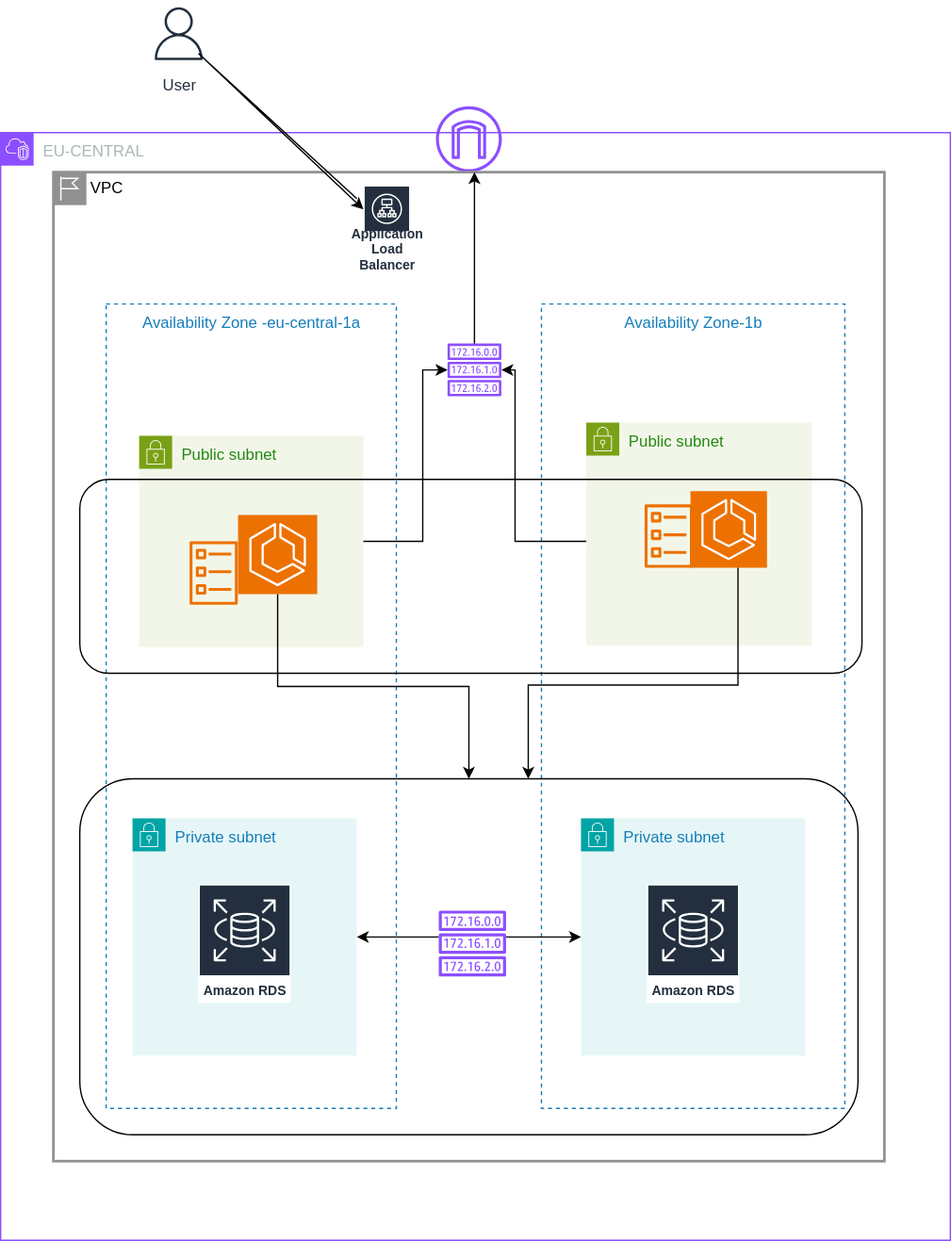
Earlier version of the draw.io export architectural diagram.svg (amt-kwame-agyabeng/ecs-lamp-stack). Source tidied: cells renumbered, new cells last; positions are measured from the earlier drawing's top-left corner, leaving out a move shared by most shapes.
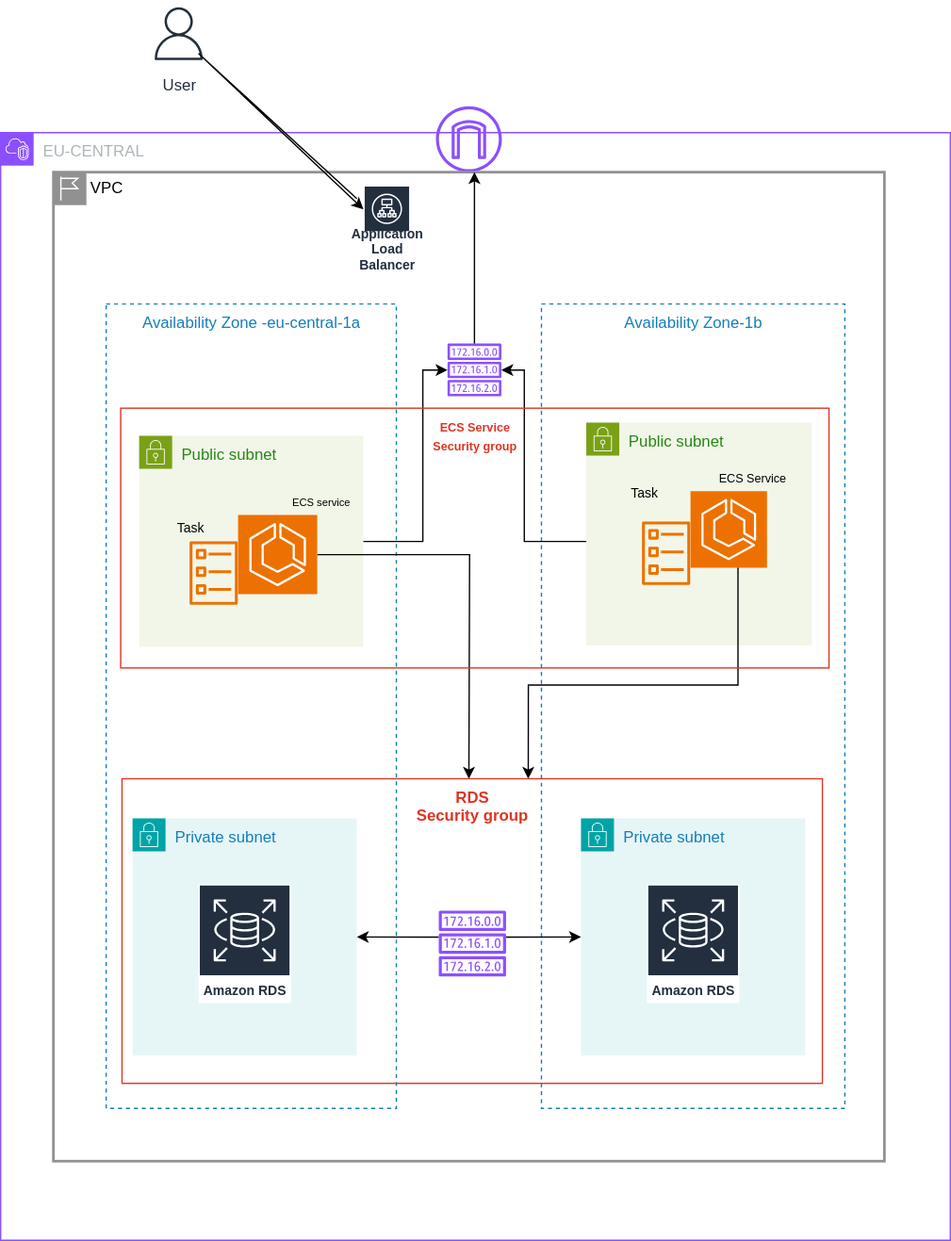
Later version of the same file.

Commit message:
architectural diagram

What changed in the source:
```diff
@@ -46,8 +46,8 @@
     <mxCell id="14" style="edgeStyle=orthogonalEdgeStyle;rounded=0;jettySize=auto;html=1;" parent="4" edge="1" source="13" target="7">
       <mxGeometry relative="1" as="geometry">
         <Array as="points">
-          <mxPoint x="350" y="280" />
-          <mxPoint x="350" y="150" />
+          <mxPoint x="357" y="280" />
+          <mxPoint x="357" y="150" />
         </Array>
       </mxGeometry>
     </mxCell>
@@ -76,14 +76,12 @@
     <mxCell id="19" style="sketch=0;outlineConnect=0;fontColor=#232F3E;gradientColor=none;fillColor=#8C4FFF;strokeColor=none;dashed=0;verticalLabelPosition=bottom;verticalAlign=top;align=center;html=1;fontSize=12;fontStyle=0;shape=mxgraph.aws4.route_table;" parent="4" vertex="1">
       <mxGeometry x="292" y="560" width="51.3" height="50" as="geometry" />
     </mxCell>
-    <mxCell id="20" style="rounded=1;whiteSpace=wrap;html=1;fillColor=none;" parent="4" vertex="1">
-      <mxGeometry x="20" y="460" width="590" height="270" as="geometry" />
-    </mxCell>
     <mxCell id="21" style="sketch=0;points=[[0,0,0],[0.25,0,0],[0.5,0,0],[0.75,0,0],[1,0,0],[0,1,0],[0.25,1,0],[0.5,1,0],[0.75,1,0],[1,1,0],[0,0.25,0],[0,0.5,0],[0,0.75,0],[1,0.25,0],[1,0.5,0],[1,0.75,0]];outlineConnect=0;fontColor=#232F3E;fillColor=#ED7100;strokeColor=#ffffff;dashed=0;verticalLabelPosition=bottom;verticalAlign=top;align=center;html=1;fontSize=12;fontStyle=0;shape=mxgraph.aws4.resourceIcon;resIcon=mxgraph.aws4.ecs;" parent="4" vertex="1">
       <mxGeometry x="483" y="242" width="58" height="58" as="geometry" />
     </mxCell>
-    <mxCell id="22" style="edgeStyle=orthogonalEdgeStyle;rounded=0;jettySize=auto;html=1;" parent="4" edge="1" source="21" target="20">
+    <mxCell id="22" style="edgeStyle=orthogonalEdgeStyle;rounded=0;jettySize=auto;html=1;" parent="4" edge="1" source="21">
       <mxGeometry relative="1" as="geometry">
+        <mxPoint x="360" y="460" as="targetPoint" />
         <Array as="points">
           <mxPoint x="519" y="389" />
           <mxPoint x="360" y="389" />
@@ -91,7 +89,7 @@
       </mxGeometry>
     </mxCell>
     <mxCell id="23" style="sketch=0;fontColor=#232F3E;gradientColor=none;fillColor=#ED7100;strokeColor=none;dashed=0;verticalLabelPosition=bottom;verticalAlign=top;align=center;html=1;fontSize=12;fontStyle=0;shape=mxgraph.aws4.ecs_task;" parent="4" vertex="1">
-      <mxGeometry x="448" y="252" width="37" height="48" as="geometry" />
+      <mxGeometry x="446" y="265" width="37" height="48" as="geometry" />
     </mxCell>
     <mxCell id="24" style="edgeStyle=orthogonalEdgeStyle;rounded=0;jettySize=auto;html=1;" parent="1" edge="1" source="7" target="3">
       <mxGeometry relative="1" as="geometry">
@@ -112,11 +110,10 @@
         </Array>
       </mxGeometry>
     </mxCell>
-    <mxCell id="27" style="rounded=1;whiteSpace=wrap;html=1;fillColor=none;" parent="1" vertex="1">
-      <mxGeometry x="60" y="363" width="593" height="147" as="geometry" />
-    </mxCell>
-    <mxCell id="28" style="edgeStyle=orthogonalEdgeStyle;rounded=0;jettySize=auto;html=1;" parent="1" edge="1" source="29" target="20">
-      <mxGeometry relative="1" as="geometry" />
+    <mxCell id="28" style="edgeStyle=orthogonalEdgeStyle;rounded=0;jettySize=auto;html=1;" parent="1" edge="1" source="29">
+      <mxGeometry relative="1" as="geometry">
+        <mxPoint x="355" y="590" as="targetPoint" />
+      </mxGeometry>
     </mxCell>
     <mxCell id="29" style="sketch=0;points=[[0,0,0],[0.25,0,0],[0.5,0,0],[0.75,0,0],[1,0,0],[0,1,0],[0.25,1,0],[0.5,1,0],[0.75,1,0],[1,1,0],[0,0.25,0],[0,0.5,0],[0,0.75,0],[1,0.25,0],[1,0.5,0],[1,0.75,0]];outlineConnect=0;fontColor=#232F3E;fillColor=#ED7100;strokeColor=#ffffff;dashed=0;verticalLabelPosition=bottom;verticalAlign=top;align=center;html=1;fontSize=12;fontStyle=0;shape=mxgraph.aws4.resourceIcon;resIcon=mxgraph.aws4.ecs;" parent="1" vertex="1">
       <mxGeometry x="180" y="390" width="60" height="60" as="geometry" />
@@ -124,5 +121,23 @@
     <mxCell id="30" style="sketch=0;fontColor=#232F3E;gradientColor=none;fillColor=#ED7100;strokeColor=none;dashed=0;verticalLabelPosition=bottom;verticalAlign=top;align=center;html=1;fontSize=12;fontStyle=0;shape=mxgraph.aws4.ecs_task;" parent="1" vertex="1">
       <mxGeometry x="143" y="410" width="37" height="48" as="geometry" />
     </mxCell>
+    <mxCell id="31" value="&lt;div&gt;&lt;font style=&quot;font-size: 9px;&quot;&gt;ECS Service&lt;/font&gt;&lt;/div&gt;&lt;font style=&quot;font-size: 9px;&quot;&gt;Security group&lt;/font&gt;" style="fillColor=none;strokeColor=#DD3522;verticalAlign=top;fontStyle=1;fontColor=#DD3522;whiteSpace=wrap;html=1;" parent="1" vertex="1">
+      <mxGeometry x="91" y="309" width="537" height="197" as="geometry" />
+    </mxCell>
+    <mxCell id="32" value="&lt;div&gt;&lt;b&gt;RDS&lt;/b&gt;&lt;/div&gt;&lt;b&gt;Security group&lt;/b&gt;" style="fillColor=none;strokeColor=#DD3522;verticalAlign=top;fontStyle=0;fontColor=#DD3522;whiteSpace=wrap;html=1;" parent="1" vertex="1">
+      <mxGeometry x="92" y="590" width="531" height="231" as="geometry" />
+    </mxCell>
+    <mxCell id="33" value="&lt;font style=&quot;font-size: 10px;&quot;&gt;Task&lt;/font&gt;" style="text;strokeColor=none;align=center;fillColor=none;html=1;verticalAlign=middle;whiteSpace=wrap;rounded=0;" parent="1" vertex="1">
+      <mxGeometry x="458" y="358" width="60" height="30" as="geometry" />
+    </mxCell>
+    <mxCell id="34" value="&lt;font style=&quot;font-size: 8px;&quot;&gt;ECS service&lt;/font&gt;" style="text;html=1;align=center;verticalAlign=middle;whiteSpace=wrap;rounded=0;" parent="1" vertex="1">
+      <mxGeometry x="218" y="365" width="50" height="27" as="geometry" />
+    </mxCell>
+    <mxCell id="35" value="&lt;font style=&quot;font-size: 10px;&quot;&gt;Task&lt;/font&gt;" style="text;html=1;align=center;verticalAlign=middle;whiteSpace=wrap;rounded=0;" parent="1" vertex="1">
+      <mxGeometry x="114" y="384" width="60" height="30" as="geometry" />
+    </mxCell>
+    <mxCell id="36" value="&lt;font style=&quot;font-size: 9px;&quot;&gt;ECS Service&lt;/font&gt;" style="text;html=1;align=center;verticalAlign=middle;whiteSpace=wrap;rounded=0;" parent="1" vertex="1">
+      <mxGeometry x="542" y="352" width="56" height="17" as="geometry" />
+    </mxCell>
   </root>
 </mxGraphModel>
```
